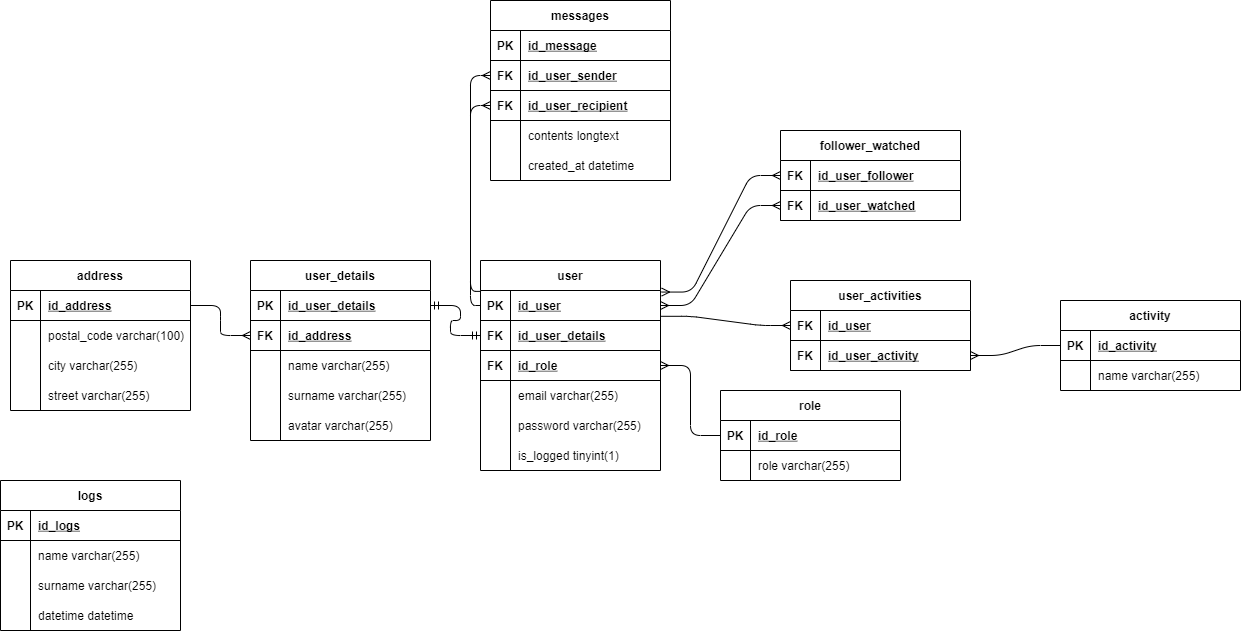
Earlier version of the draw.io export sports-friends-backend/Diagram Bazy Danych.png (Sylwia-99/SportsFriends). Source tidied: cells renumbered, new cells last; positions are measured from the earlier drawing's top-left corner, leaving out a move shared by most shapes.
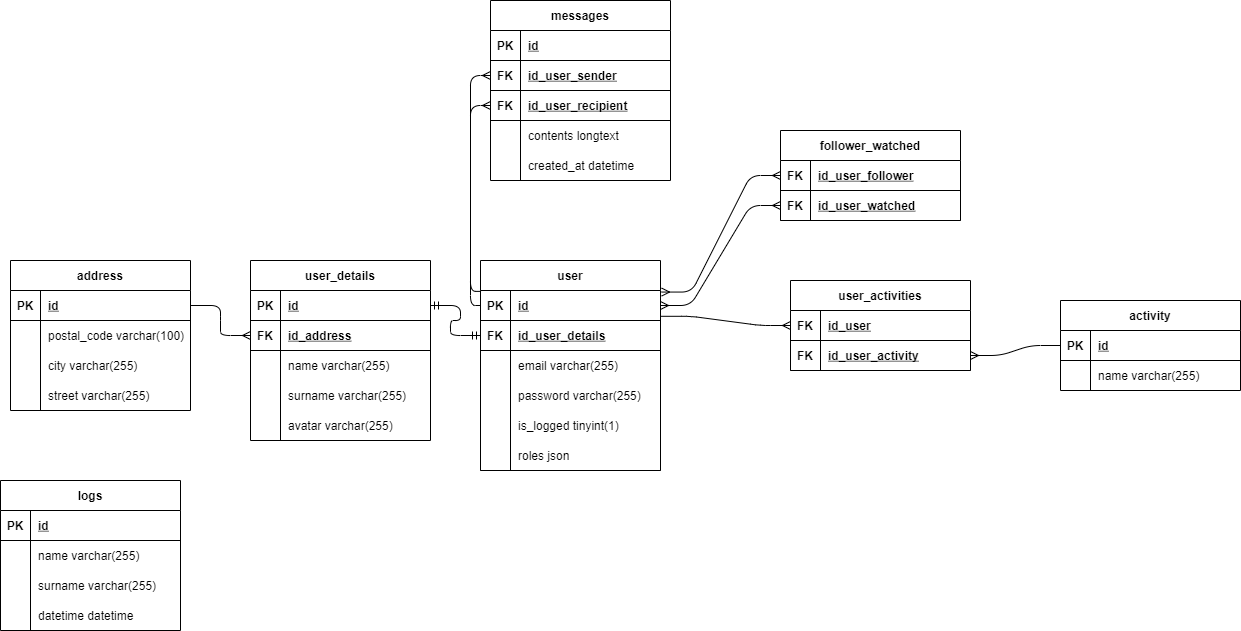
After the commit.

Commit message:
Change database diagram

What changed in the source:
```diff
@@ -11,7 +11,7 @@
     <mxCell id="4" value="PK" style="shape=partialRectangle;fillColor=none;top=0;left=0;bottom=0;right=0;fontStyle=1;overflow=hidden;" parent="3" vertex="1">
       <mxGeometry width="30" height="30" as="geometry" />
     </mxCell>
-    <mxCell id="5" value="id_user" style="shape=partialRectangle;fillColor=none;top=0;left=0;bottom=0;right=0;align=left;spacingLeft=6;fontStyle=5;overflow=hidden;" parent="3" vertex="1">
+    <mxCell id="5" value="id" style="shape=partialRectangle;fillColor=none;top=0;left=0;bottom=0;right=0;align=left;spacingLeft=6;fontStyle=5;overflow=hidden;" parent="3" vertex="1">
       <mxGeometry x="30" width="150" height="30" as="geometry" />
     </mxCell>
     <mxCell id="6" style="shape=partialRectangle;fillColor=none;top=0;left=0;bottom=1;right=0;points=[[0,0.5],[1,0.5]];portConstraint=eastwest;" parent="2" vertex="1">
@@ -23,17 +23,8 @@
     <mxCell id="8" value="id_user_details" style="shape=partialRectangle;fillColor=none;top=0;left=0;bottom=0;right=0;align=left;spacingLeft=6;fontStyle=5;overflow=hidden;" parent="6" vertex="1">
       <mxGeometry x="30" width="150" height="30" as="geometry" />
     </mxCell>
-    <mxCell id="9" style="shape=partialRectangle;fillColor=none;top=0;left=0;bottom=1;right=0;points=[[0,0.5],[1,0.5]];portConstraint=eastwest;" parent="2" vertex="1">
-      <mxGeometry y="90" width="180" height="30" as="geometry" />
-    </mxCell>
-    <mxCell id="10" value="FK" style="shape=partialRectangle;fillColor=none;top=0;left=0;bottom=0;right=0;fontStyle=1;overflow=hidden;" parent="9" vertex="1">
-      <mxGeometry width="30" height="30" as="geometry" />
-    </mxCell>
-    <mxCell id="11" value="id_role" style="shape=partialRectangle;fillColor=none;top=0;left=0;bottom=0;right=0;align=left;spacingLeft=6;fontStyle=5;overflow=hidden;" parent="9" vertex="1">
-      <mxGeometry x="30" width="150" height="30" as="geometry" />
-    </mxCell>
     <mxCell id="12" style="shape=partialRectangle;fillColor=none;top=0;left=0;bottom=0;right=0;" parent="2" vertex="1">
-      <mxGeometry y="120" width="180" height="30" as="geometry" />
+      <mxGeometry y="90" width="180" height="30" as="geometry" />
     </mxCell>
     <mxCell id="13" style="shape=partialRectangle;fillColor=none;top=0;left=0;bottom=0;right=0;overflow=hidden;" parent="12" vertex="1">
       <mxGeometry width="30" height="30" as="geometry" />
@@ -42,7 +33,7 @@
       <mxGeometry x="30" width="150" height="30" as="geometry" />
     </mxCell>
     <mxCell id="15" style="shape=partialRectangle;fillColor=none;top=0;left=0;bottom=0;right=0;" parent="2" vertex="1">
-      <mxGeometry y="150" width="180" height="30" as="geometry" />
+      <mxGeometry y="120" width="180" height="30" as="geometry" />
     </mxCell>
     <mxCell id="16" style="shape=partialRectangle;fillColor=none;top=0;left=0;bottom=0;right=0;overflow=hidden;" parent="15" vertex="1">
       <mxGeometry width="30" height="30" as="geometry" />
@@ -51,7 +42,7 @@
       <mxGeometry x="30" width="150" height="30" as="geometry" />
     </mxCell>
     <mxCell id="18" style="shape=partialRectangle;fillColor=none;top=0;left=0;bottom=0;right=0;" parent="2" vertex="1">
-      <mxGeometry y="180" width="180" height="30" as="geometry" />
+      <mxGeometry y="150" width="180" height="30" as="geometry" />
     </mxCell>
     <mxCell id="19" style="shape=partialRectangle;fillColor=none;top=0;left=0;bottom=0;right=0;overflow=hidden;" parent="18" vertex="1">
       <mxGeometry width="30" height="30" as="geometry" />
@@ -59,6 +50,15 @@
     <mxCell id="20" value="is_logged tinyint(1)" style="shape=partialRectangle;fillColor=none;top=0;left=0;bottom=0;right=0;align=left;spacingLeft=6;overflow=hidden;" parent="18" vertex="1">
       <mxGeometry x="30" width="150" height="30" as="geometry" />
     </mxCell>
+    <mxCell id="9" style="shape=partialRectangle;fillColor=none;top=0;left=0;bottom=1;right=0;points=[[0,0.5],[1,0.5]];portConstraint=eastwest;" parent="2" vertex="1">
+      <mxGeometry y="180" width="180" height="30" as="geometry" />
+    </mxCell>
+    <mxCell id="10" style="shape=partialRectangle;fillColor=none;top=0;left=0;bottom=0;right=0;fontStyle=1;overflow=hidden;" parent="9" vertex="1">
+      <mxGeometry width="30" height="30" as="geometry" />
+    </mxCell>
+    <mxCell id="11" style="shape=partialRectangle;fillColor=none;top=0;left=0;bottom=0;right=0;align=left;spacingLeft=6;fontStyle=5;overflow=hidden;" parent="9" vertex="1">
+      <mxGeometry x="30" width="150" height="30" as="geometry" />
+    </mxCell>
     <mxCell id="21" value="user_details" style="shape=table;startSize=30;rowLines=0;fontStyle=1;align=center;" parent="1" vertex="1">
       <mxGeometry x="250" y="260" width="180" height="180" as="geometry" />
     </mxCell>
@@ -68,7 +68,7 @@
     <mxCell id="23" value="PK" style="shape=partialRectangle;fillColor=none;top=0;left=0;bottom=0;right=0;fontStyle=1;overflow=hidden;" parent="22" vertex="1">
       <mxGeometry width="30" height="30" as="geometry" />
     </mxCell>
-    <mxCell id="24" value="id_user_details" style="shape=partialRectangle;fillColor=none;top=0;left=0;bottom=0;right=0;align=left;spacingLeft=6;fontStyle=5;overflow=hidden;" parent="22" vertex="1">
+    <mxCell id="24" value="id" style="shape=partialRectangle;fillColor=none;top=0;left=0;bottom=0;right=0;align=left;spacingLeft=6;fontStyle=5;overflow=hidden;" parent="22" vertex="1">
       <mxGeometry x="30" width="150" height="30" as="geometry" />
     </mxCell>
     <mxCell id="25" style="shape=partialRectangle;fillColor=none;top=0;left=0;bottom=1;right=0;points=[[0,0.5],[1,0.5]];portConstraint=eastwest;" parent="21" vertex="1">
@@ -116,7 +116,7 @@
     <mxCell id="39" value="PK" style="shape=partialRectangle;fillColor=none;top=0;left=0;bottom=0;right=0;fontStyle=1;overflow=hidden;" parent="38" vertex="1">
       <mxGeometry width="30" height="30" as="geometry" />
     </mxCell>
-    <mxCell id="40" value="id_logs" style="shape=partialRectangle;fillColor=none;top=0;left=0;bottom=0;right=0;align=left;spacingLeft=6;fontStyle=5;overflow=hidden;" parent="38" vertex="1">
+    <mxCell id="40" value="id" style="shape=partialRectangle;fillColor=none;top=0;left=0;bottom=0;right=0;align=left;spacingLeft=6;fontStyle=5;overflow=hidden;" parent="38" vertex="1">
       <mxGeometry x="30" width="150" height="30" as="geometry" />
     </mxCell>
     <mxCell id="41" style="shape=partialRectangle;fillColor=none;top=0;left=0;bottom=0;right=0;" parent="37" vertex="1">
@@ -155,7 +155,7 @@
     <mxCell id="52" value="PK" style="shape=partialRectangle;fillColor=none;top=0;left=0;bottom=0;right=0;fontStyle=1;overflow=hidden;" parent="51" vertex="1">
       <mxGeometry width="30" height="30" as="geometry" />
     </mxCell>
-    <mxCell id="53" value="id_address" style="shape=partialRectangle;fillColor=none;top=0;left=0;bottom=0;right=0;align=left;spacingLeft=6;fontStyle=5;overflow=hidden;" parent="51" vertex="1">
+    <mxCell id="53" value="id" style="shape=partialRectangle;fillColor=none;top=0;left=0;bottom=0;right=0;align=left;spacingLeft=6;fontStyle=5;overflow=hidden;" parent="51" vertex="1">
       <mxGeometry x="30" width="150" height="30" as="geometry" />
     </mxCell>
     <mxCell id="54" style="shape=partialRectangle;fillColor=none;top=0;left=0;bottom=0;right=0;" parent="50" vertex="1">
@@ -185,27 +185,6 @@
     <mxCell id="62" value="street varchar(255)" style="shape=partialRectangle;fillColor=none;top=0;left=0;bottom=0;right=0;align=left;spacingLeft=6;overflow=hidden;" parent="60" vertex="1">
       <mxGeometry x="30" width="150" height="30" as="geometry" />
     </mxCell>
-    <mxCell id="63" value="role" style="shape=table;startSize=30;rowLines=0;fontStyle=1;align=center;" parent="1" vertex="1">
-      <mxGeometry x="720" y="390" width="180" height="90" as="geometry" />
-    </mxCell>
-    <mxCell id="64" style="shape=partialRectangle;fillColor=none;top=0;left=0;bottom=1;right=0;points=[[0,0.5],[1,0.5]];portConstraint=eastwest;" parent="63" vertex="1">
-      <mxGeometry y="30" width="180" height="30" as="geometry" />
-    </mxCell>
-    <mxCell id="65" value="PK" style="shape=partialRectangle;fillColor=none;top=0;left=0;bottom=0;right=0;fontStyle=1;overflow=hidden;" parent="64" vertex="1">
-      <mxGeometry width="30" height="30" as="geometry" />
-    </mxCell>
-    <mxCell id="66" value="id_role" style="shape=partialRectangle;fillColor=none;top=0;left=0;bottom=0;right=0;align=left;spacingLeft=6;fontStyle=5;overflow=hidden;" parent="64" vertex="1">
-      <mxGeometry x="30" width="150" height="30" as="geometry" />
-    </mxCell>
-    <mxCell id="67" style="shape=partialRectangle;fillColor=none;top=0;left=0;bottom=0;right=0;" parent="63" vertex="1">
-      <mxGeometry y="60" width="180" height="30" as="geometry" />
-    </mxCell>
-    <mxCell id="68" style="shape=partialRectangle;fillColor=none;top=0;left=0;bottom=0;right=0;overflow=hidden;" parent="67" vertex="1">
-      <mxGeometry width="30" height="30" as="geometry" />
-    </mxCell>
-    <mxCell id="69" value="role varchar(255)" style="shape=partialRectangle;fillColor=none;top=0;left=0;bottom=0;right=0;align=left;spacingLeft=6;overflow=hidden;" parent="67" vertex="1">
-      <mxGeometry x="30" width="150" height="30" as="geometry" />
-    </mxCell>
     <mxCell id="70" style="edgeStyle=entityRelationEdgeStyle;fontSize=12;html=1;endArrow=ERmany;entryX=0;entryY=0.5;entryDx=0;entryDy=0;exitX=1;exitY=0.5;exitDx=0;exitDy=0;" parent="1" edge="1" source="51" target="25">
       <mxGeometry relative="1" as="geometry" />
     </mxCell>
@@ -221,7 +200,7 @@
     <mxCell id="74" value="PK" style="shape=partialRectangle;fillColor=none;top=0;left=0;bottom=0;right=0;fontStyle=1;overflow=hidden;" parent="73" vertex="1">
       <mxGeometry width="30" height="30" as="geometry" />
     </mxCell>
-    <mxCell id="75" value="id_activity" style="shape=partialRectangle;fillColor=none;top=0;left=0;bottom=0;right=0;align=left;spacingLeft=6;fontStyle=5;overflow=hidden;" parent="73" vertex="1">
+    <mxCell id="75" value="id" style="shape=partialRectangle;fillColor=none;top=0;left=0;bottom=0;right=0;align=left;spacingLeft=6;fontStyle=5;overflow=hidden;" parent="73" vertex="1">
       <mxGeometry x="30" width="150" height="30" as="geometry" />
     </mxCell>
     <mxCell id="76" style="shape=partialRectangle;fillColor=none;top=0;left=0;bottom=0;right=0;" parent="72" vertex="1">
@@ -293,7 +272,7 @@
     <mxCell id="98" value="PK" style="shape=partialRectangle;fillColor=none;top=0;left=0;bottom=0;right=0;fontStyle=1;overflow=hidden;" parent="97" vertex="1">
       <mxGeometry width="30" height="30" as="geometry" />
     </mxCell>
-    <mxCell id="99" value="id_message" style="shape=partialRectangle;fillColor=none;top=0;left=0;bottom=0;right=0;align=left;spacingLeft=6;fontStyle=5;overflow=hidden;" parent="97" vertex="1">
+    <mxCell id="99" value="id" style="shape=partialRectangle;fillColor=none;top=0;left=0;bottom=0;right=0;align=left;spacingLeft=6;fontStyle=5;overflow=hidden;" parent="97" vertex="1">
       <mxGeometry x="30" width="150" height="30" as="geometry" />
     </mxCell>
     <mxCell id="100" style="shape=partialRectangle;fillColor=none;top=0;left=0;bottom=1;right=0;points=[[0,0.5],[1,0.5]];portConstraint=eastwest;" parent="96" vertex="1">
@@ -341,8 +320,8 @@
     <mxCell id="114" style="edgeStyle=entityRelationEdgeStyle;fontSize=12;html=1;endArrow=ERmany;exitX=1.004;exitY=0.86;exitDx=0;exitDy=0;entryX=0;entryY=0.5;entryDx=0;entryDy=0;exitPerimeter=0;" parent="1" edge="1" source="3" target="87">
       <mxGeometry relative="1" as="geometry" />
     </mxCell>
-    <mxCell id="115" style="edgeStyle=entityRelationEdgeStyle;fontSize=12;html=1;endArrow=ERmany;exitX=0;exitY=0.5;exitDx=0;exitDy=0;entryX=1;entryY=0.5;entryDx=0;entryDy=0;" parent="1" edge="1" source="64" target="9">
-      <mxGeometry relative="1" as="geometry" />
-    </mxCell>
+    <mxCell id="116" value="roles json" style="shape=partialRectangle;fillColor=none;top=0;left=0;bottom=0;right=0;align=left;spacingLeft=6;overflow=hidden;" parent="1" vertex="1">
+      <mxGeometry x="510" y="440" width="150" height="30" as="geometry" />
+    </mxCell>
   </root>
 </mxGraphModel>
```
